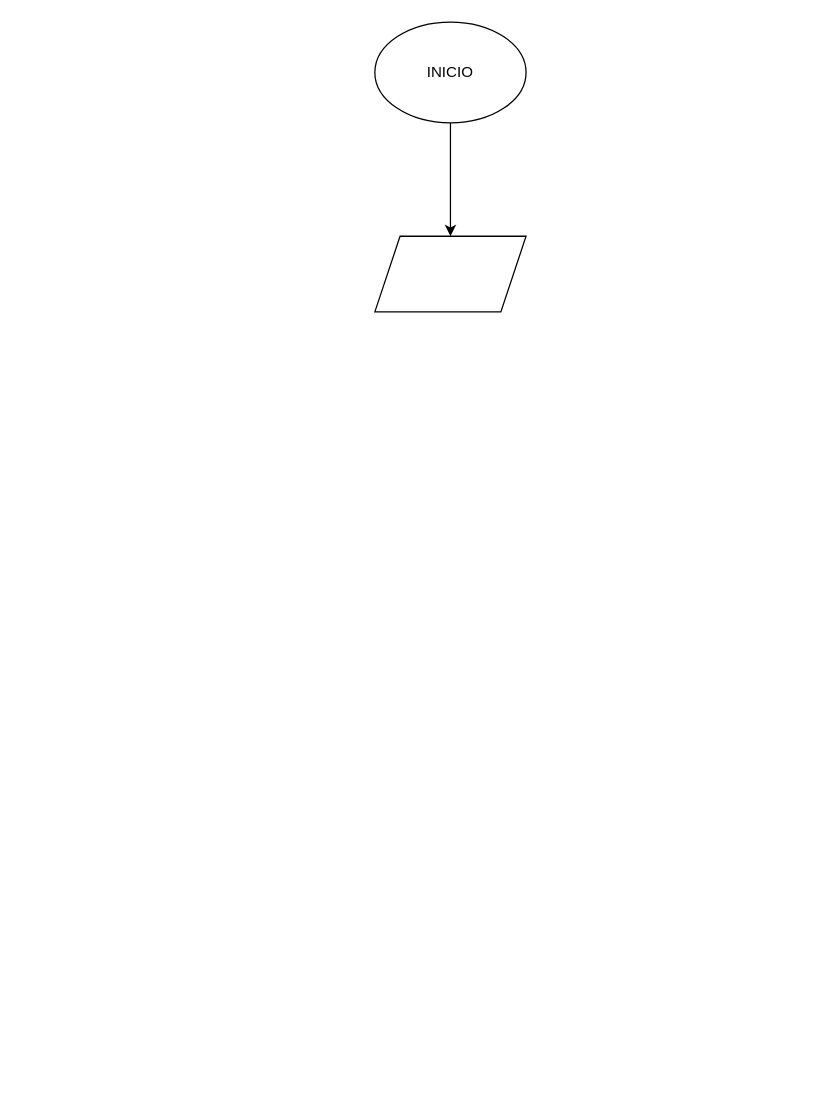
This is Masa_corporal/diagrama.drawio from DanielJaree/Estructuras_condicionales, a draw.io file, before an edit. Source tidied: cells renumbered, new cells numbered last; positions are measured from the earlier drawing's top-left corner, leaving out a move shared by most shapes. Both pictures are drawn from the tidied source at 126%, with x=0, y=0 at pixel (374, 21).
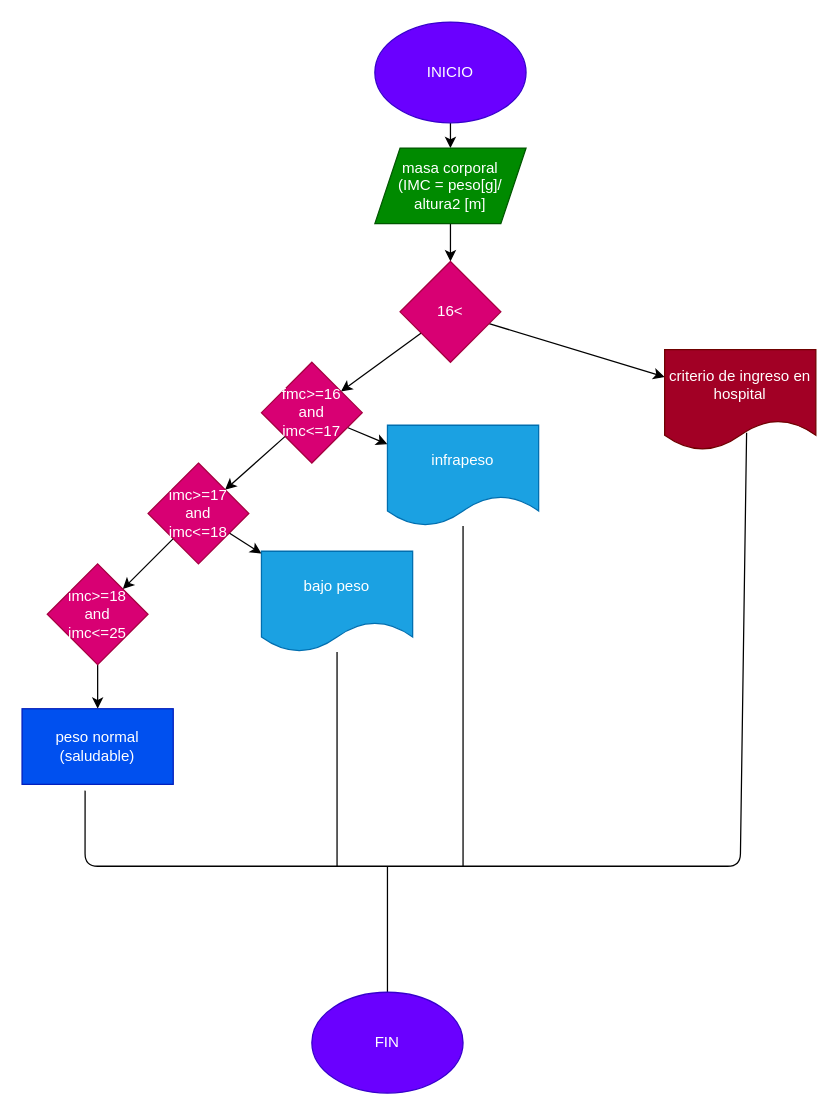
The same diagram, later.

Diff of the diagram source:
```diff
@@
-    <mxCell id="3" value="INICIO" style="ellipse;whiteSpace=wrap;html=1;" parent="1" vertex="1">
+    <mxCell id="3" value="INICIO" style="ellipse;whiteSpace=wrap;html=1;fillColor=#6a00ff;fontColor=#ffffff;strokeColor=#3700CC;" parent="1" vertex="1">
       <mxGeometry width="120" height="80" as="geometry" />
     </mxCell>
+    <mxCell id="5" style="edgeStyle=none;html=1;" parent="1" edge="1" source="4" target="8">
+      <mxGeometry relative="1" as="geometry" />
+    </mxCell>
-    <mxCell id="4" style="shape=parallelogram;perimeter=parallelogramPerimeter;whiteSpace=wrap;html=1;fixedSize=1;" parent="1" vertex="1">
-      <mxGeometry y="170" width="120" height="60" as="geometry" />
+    <mxCell id="4" value="masa corporal&lt;br&gt;(IMC = peso[g]/&lt;br&gt;altura2 [m]" style="shape=parallelogram;perimeter=parallelogramPerimeter;whiteSpace=wrap;html=1;fixedSize=1;fillColor=#008a00;fontColor=#ffffff;strokeColor=#005700;" parent="1" vertex="1">
+      <mxGeometry y="100" width="120" height="60" as="geometry" />
     </mxCell>
+    <mxCell id="6" style="edgeStyle=none;html=1;" parent="1" edge="1" source="8" target="11">
+      <mxGeometry relative="1" as="geometry" />
+    </mxCell>
+    <mxCell id="7" style="edgeStyle=none;html=1;" parent="1" edge="1" source="8" target="20">
+      <mxGeometry relative="1" as="geometry" />
+    </mxCell>
+    <mxCell id="8" value="16&amp;lt;" style="rhombus;whiteSpace=wrap;html=1;fillColor=#d80073;fontColor=#ffffff;strokeColor=#A50040;" parent="1" vertex="1">
+      <mxGeometry x="20" y="190" width="80" height="80" as="geometry" />
+    </mxCell>
+    <mxCell id="9" style="edgeStyle=none;html=1;" parent="1" edge="1" source="11" target="14">
+      <mxGeometry relative="1" as="geometry" />
+    </mxCell>
+    <mxCell id="10" style="edgeStyle=none;html=1;" parent="1" edge="1" source="11" target="19">
+      <mxGeometry relative="1" as="geometry" />
+    </mxCell>
+    <mxCell id="11" value="fmc&amp;gt;=16&lt;br&gt;and&lt;br&gt;imc&amp;lt;=17" style="rhombus;whiteSpace=wrap;html=1;fillColor=#d80073;fontColor=#ffffff;strokeColor=#A50040;" parent="1" vertex="1">
+      <mxGeometry x="-90" y="270" width="80" height="80" as="geometry" />
+    </mxCell>
+    <mxCell id="12" style="edgeStyle=none;html=1;" parent="1" edge="1" source="14" target="16">
+      <mxGeometry relative="1" as="geometry" />
+    </mxCell>
+    <mxCell id="13" style="edgeStyle=none;html=1;" parent="1" edge="1" source="14" target="18">
+      <mxGeometry relative="1" as="geometry" />
+    </mxCell>
+    <mxCell id="14" value="imc&amp;gt;=17&lt;br&gt;and&lt;br&gt;imc&amp;lt;=18" style="rhombus;whiteSpace=wrap;html=1;fillColor=#d80073;fontColor=#ffffff;strokeColor=#A50040;" parent="1" vertex="1">
+      <mxGeometry x="-180" y="350" width="80" height="80" as="geometry" />
+    </mxCell>
+    <mxCell id="15" style="edgeStyle=none;html=1;" parent="1" edge="1" source="16" target="17">
+      <mxGeometry relative="1" as="geometry" />
+    </mxCell>
+    <mxCell id="16" value="imc&amp;gt;=18&lt;br&gt;and&lt;br&gt;imc&amp;lt;=25" style="rhombus;whiteSpace=wrap;html=1;fillColor=#d80073;fontColor=#ffffff;strokeColor=#A50040;" parent="1" vertex="1">
+      <mxGeometry x="-260" y="430" width="80" height="80" as="geometry" />
+    </mxCell>
+    <mxCell id="17" value="peso normal&lt;br&gt;(saludable)" style="whiteSpace=wrap;html=1;fillColor=#0050ef;fontColor=#ffffff;strokeColor=#001DBC;" parent="1" vertex="1">
+      <mxGeometry x="-280" y="545" width="120" height="60" as="geometry" />
+    </mxCell>
+    <mxCell id="18" value="bajo peso" style="shape=document;whiteSpace=wrap;html=1;boundedLbl=1;fillColor=#1ba1e2;fontColor=#ffffff;strokeColor=#006EAF;" parent="1" vertex="1">
+      <mxGeometry x="-90" y="420" width="120" height="80" as="geometry" />
+    </mxCell>
+    <mxCell id="19" value="infrapeso" style="shape=document;whiteSpace=wrap;html=1;boundedLbl=1;fillColor=#1ba1e2;fontColor=#ffffff;strokeColor=#006EAF;" parent="1" vertex="1">
+      <mxGeometry x="10" y="320" width="120" height="80" as="geometry" />
+    </mxCell>
+    <mxCell id="20" value="criterio de ingreso en hospital" style="shape=document;whiteSpace=wrap;html=1;boundedLbl=1;fillColor=#a20025;fontColor=#ffffff;strokeColor=#6F0000;" parent="1" vertex="1">
+      <mxGeometry x="230" y="260" width="120" height="80" as="geometry" />
+    </mxCell>
+    <mxCell id="21" style="endArrow=none;html=1;entryX=0.542;entryY=0.825;entryDx=0;entryDy=0;entryPerimeter=0;exitX=0.417;exitY=1.083;exitDx=0;exitDy=0;exitPerimeter=0;" parent="1" edge="1" source="17" target="20">
+      <mxGeometry relative="1" as="geometry">
+        <Array as="points">
+          <mxPoint x="-230" y="670" />
+          <mxPoint x="90" y="670" />
+          <mxPoint x="290" y="670" />
+        </Array>
+      </mxGeometry>
+    </mxCell>
+    <mxCell id="22" style="endArrow=none;html=1;" parent="1" edge="1" target="18">
+      <mxGeometry relative="1" as="geometry">
+        <mxPoint x="-30" y="670" as="sourcePoint" />
+      </mxGeometry>
+    </mxCell>
+    <mxCell id="23" style="endArrow=none;html=1;" parent="1" edge="1" target="19">
+      <mxGeometry relative="1" as="geometry">
+        <mxPoint x="70" y="670" as="sourcePoint" />
+      </mxGeometry>
+    </mxCell>
+    <mxCell id="24" style="endArrow=none;html=1;" parent="1" edge="1" target="25">
+      <mxGeometry relative="1" as="geometry">
+        <mxPoint x="10" y="670" as="sourcePoint" />
+      </mxGeometry>
+    </mxCell>
+    <mxCell id="25" value="FIN" style="ellipse;whiteSpace=wrap;html=1;fillColor=#6a00ff;fontColor=#ffffff;strokeColor=#3700CC;" parent="1" vertex="1">
+      <mxGeometry x="-50" y="770" width="120" height="80" as="geometry" />
+    </mxCell>
```
